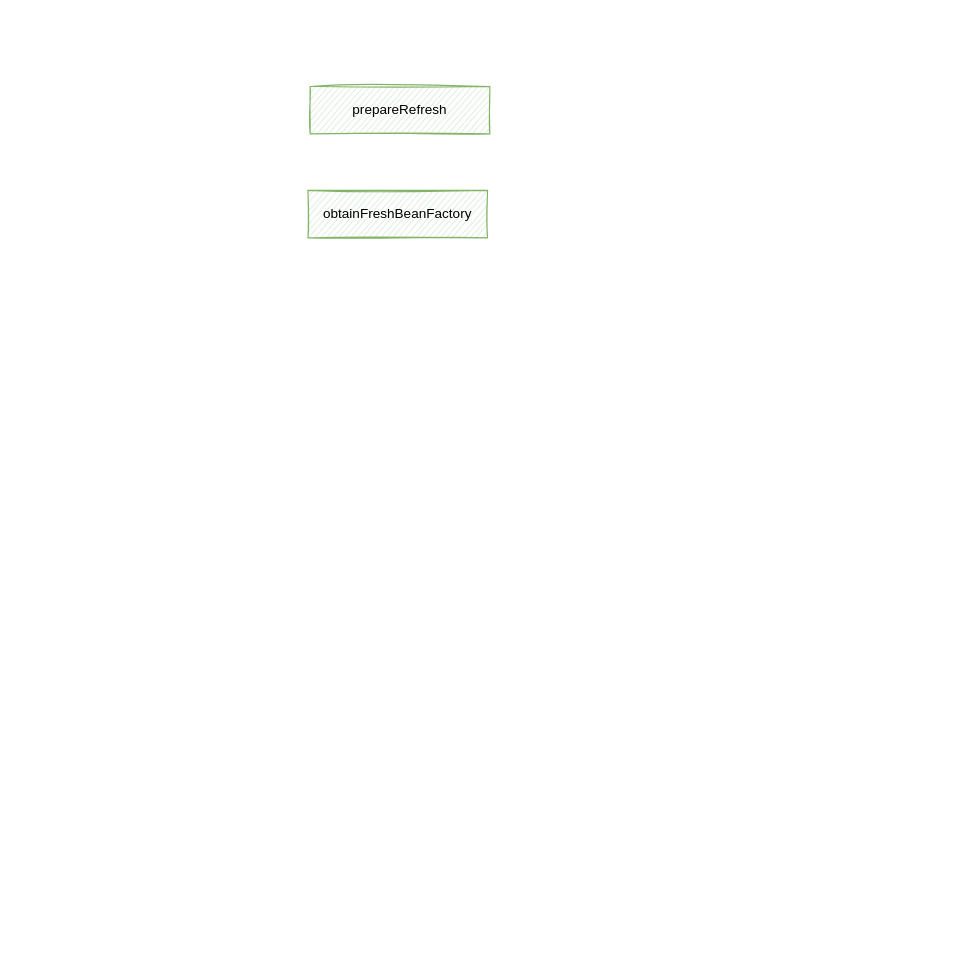
blockmao/draw keeps this draw.io diagram as page "Page-4" (4 of 4) of SpringMVC.drawio. Above is the earlier version. Source tidied: cells renumbered, new cells numbered last; positions are measured from the earlier drawing's top-left corner, leaving out a move shared by most shapes. Both pictures are drawn from the tidied source at 113%, with x=0, y=0 at pixel (307, 86).
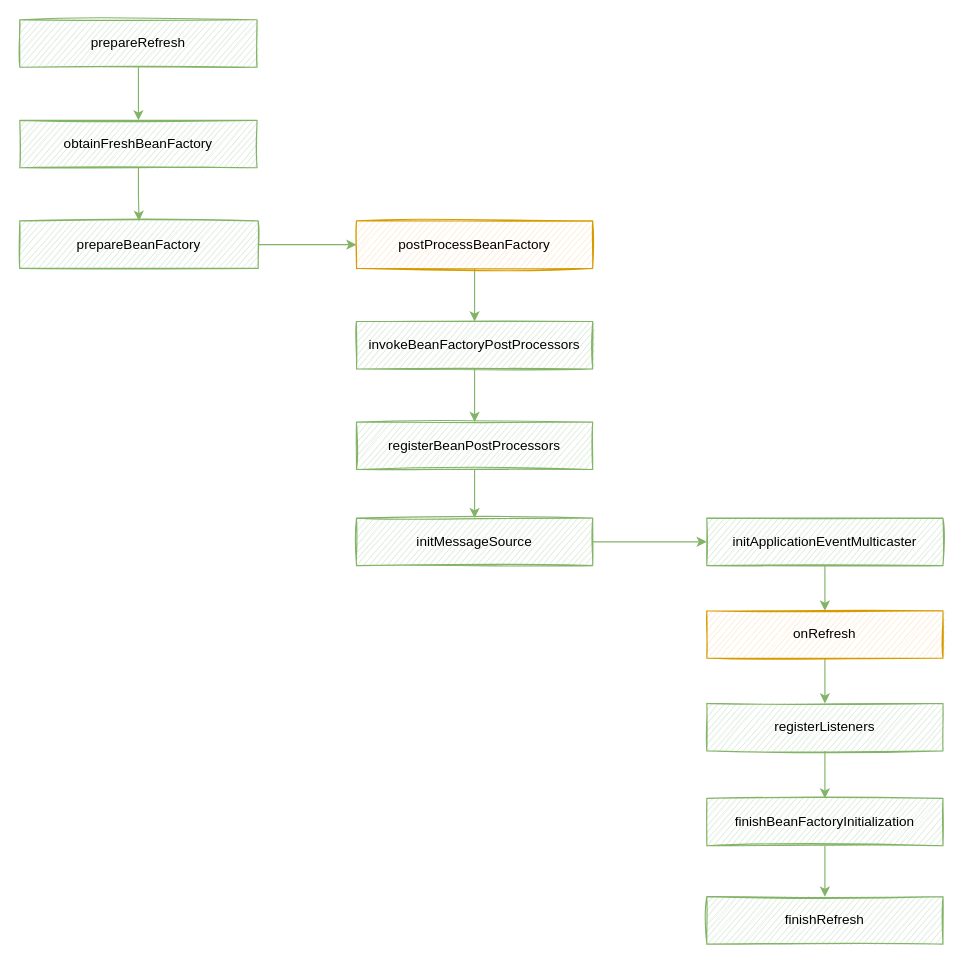
After the change.

Change to the diagram source:
```diff
@@
+    <mxCell id="4" style="edgeStyle=orthogonalEdgeStyle;rounded=0;jettySize=auto;html=1;exitX=0.5;exitY=1;exitDx=0;exitDy=0;entryX=0.5;entryY=0;entryDx=0;entryDy=0;fillColor=#d5e8d4;strokeColor=#82b366;" parent="1" edge="1" source="2" target="3">
+      <mxGeometry relative="1" as="geometry" />
+    </mxCell>
     <mxCell id="2" value="prepareRefresh" style="rounded=0;whiteSpace=wrap;html=1;shadow=0;labelBorderColor=none;sketch=1;fillColor=#d5e8d4;strokeColor=#82b366;" parent="1" vertex="1">
-      <mxGeometry x="2" width="159" height="42" as="geometry" />
+      <mxGeometry x="-255" y="-59" width="210" height="42" as="geometry" />
     </mxCell>
+    <mxCell id="5" style="edgeStyle=orthogonalEdgeStyle;rounded=0;jettySize=auto;html=1;fillColor=#d5e8d4;strokeColor=#82b366;" parent="1" edge="1" source="3" target="7">
+      <mxGeometry relative="1" as="geometry" />
+    </mxCell>
     <mxCell id="3" value="obtainFreshBeanFactory" style="rounded=0;whiteSpace=wrap;html=1;shadow=0;labelBorderColor=none;sketch=1;fillColor=#d5e8d4;strokeColor=#82b366;" parent="1" vertex="1">
-      <mxGeometry y="92" width="159" height="42" as="geometry" />
+      <mxGeometry x="-255" y="30" width="210" height="42" as="geometry" />
     </mxCell>
+    <mxCell id="6" style="edgeStyle=orthogonalEdgeStyle;rounded=0;jettySize=auto;html=1;fillColor=#d5e8d4;strokeColor=#82b366;" parent="1" edge="1" source="7" target="9">
+      <mxGeometry relative="1" as="geometry" />
+    </mxCell>
+    <mxCell id="7" value="prepareBeanFactory" style="rounded=0;whiteSpace=wrap;html=1;shadow=0;labelBorderColor=none;sketch=1;fillColor=#d5e8d4;strokeColor=#82b366;" parent="1" vertex="1">
+      <mxGeometry x="-255" y="119" width="211" height="42" as="geometry" />
+    </mxCell>
+    <mxCell id="8" style="edgeStyle=orthogonalEdgeStyle;rounded=0;jettySize=auto;html=1;fillColor=#d5e8d4;strokeColor=#82b366;" parent="1" edge="1" source="9" target="11">
+      <mxGeometry relative="1" as="geometry" />
+    </mxCell>
+    <mxCell id="9" value="postProcessBeanFactory" style="rounded=0;whiteSpace=wrap;html=1;shadow=0;labelBorderColor=none;sketch=1;fillColor=#ffe6cc;strokeColor=#d79b00;" parent="1" vertex="1">
+      <mxGeometry x="43" y="119" width="209" height="42" as="geometry" />
+    </mxCell>
+    <mxCell id="10" style="edgeStyle=orthogonalEdgeStyle;rounded=0;jettySize=auto;html=1;entryX=0.5;entryY=0;entryDx=0;entryDy=0;fillColor=#d5e8d4;strokeColor=#82b366;" parent="1" edge="1" source="11" target="13">
+      <mxGeometry relative="1" as="geometry" />
+    </mxCell>
+    <mxCell id="11" value="invokeBeanFactoryPostProcessors" style="rounded=0;whiteSpace=wrap;html=1;shadow=0;labelBorderColor=none;sketch=1;fillColor=#d5e8d4;strokeColor=#82b366;" parent="1" vertex="1">
+      <mxGeometry x="43" y="208" width="209" height="42" as="geometry" />
+    </mxCell>
+    <mxCell id="12" style="edgeStyle=orthogonalEdgeStyle;rounded=0;jettySize=auto;html=1;fillColor=#d5e8d4;strokeColor=#82b366;" parent="1" edge="1" source="13" target="15">
+      <mxGeometry relative="1" as="geometry" />
+    </mxCell>
+    <mxCell id="13" value="registerBeanPostProcessors" style="rounded=0;whiteSpace=wrap;html=1;shadow=0;labelBorderColor=none;sketch=1;fillColor=#d5e8d4;strokeColor=#82b366;" parent="1" vertex="1">
+      <mxGeometry x="43" y="297" width="209" height="42" as="geometry" />
+    </mxCell>
+    <mxCell id="14" style="edgeStyle=orthogonalEdgeStyle;rounded=0;jettySize=auto;html=1;entryX=0;entryY=0.5;entryDx=0;entryDy=0;fillColor=#d5e8d4;strokeColor=#82b366;" parent="1" edge="1" source="15" target="17">
+      <mxGeometry relative="1" as="geometry" />
+    </mxCell>
+    <mxCell id="15" value="initMessageSource" style="rounded=0;whiteSpace=wrap;html=1;shadow=0;labelBorderColor=none;sketch=1;fillColor=#d5e8d4;strokeColor=#82b366;" parent="1" vertex="1">
+      <mxGeometry x="43" y="382" width="209" height="42" as="geometry" />
+    </mxCell>
+    <mxCell id="16" style="edgeStyle=orthogonalEdgeStyle;rounded=0;jettySize=auto;html=1;fillColor=#d5e8d4;strokeColor=#82b366;" parent="1" edge="1" source="17" target="19">
+      <mxGeometry relative="1" as="geometry" />
+    </mxCell>
+    <mxCell id="17" value="initApplicationEventMulticaster" style="rounded=0;whiteSpace=wrap;html=1;shadow=0;labelBorderColor=none;sketch=1;fillColor=#d5e8d4;strokeColor=#82b366;" parent="1" vertex="1">
+      <mxGeometry x="353" y="382" width="209" height="42" as="geometry" />
+    </mxCell>
+    <mxCell id="18" style="edgeStyle=orthogonalEdgeStyle;rounded=0;jettySize=auto;html=1;entryX=0.5;entryY=0;entryDx=0;entryDy=0;fillColor=#d5e8d4;strokeColor=#82b366;" parent="1" edge="1" source="19" target="21">
+      <mxGeometry relative="1" as="geometry" />
+    </mxCell>
+    <mxCell id="19" value="onRefresh" style="rounded=0;whiteSpace=wrap;html=1;shadow=0;labelBorderColor=none;sketch=1;fillColor=#ffe6cc;strokeColor=#d79b00;" parent="1" vertex="1">
+      <mxGeometry x="353" y="464" width="209" height="42" as="geometry" />
+    </mxCell>
+    <mxCell id="20" style="edgeStyle=orthogonalEdgeStyle;rounded=0;jettySize=auto;html=1;entryX=0.5;entryY=0;entryDx=0;entryDy=0;fillColor=#d5e8d4;strokeColor=#82b366;" parent="1" edge="1" source="21" target="23">
+      <mxGeometry relative="1" as="geometry" />
+    </mxCell>
+    <mxCell id="21" value="registerListeners" style="rounded=0;whiteSpace=wrap;html=1;shadow=0;labelBorderColor=none;sketch=1;fillColor=#d5e8d4;strokeColor=#82b366;" parent="1" vertex="1">
+      <mxGeometry x="353" y="546" width="209" height="42" as="geometry" />
+    </mxCell>
+    <mxCell id="22" style="edgeStyle=orthogonalEdgeStyle;rounded=0;jettySize=auto;html=1;entryX=0.5;entryY=0;entryDx=0;entryDy=0;fillColor=#d5e8d4;strokeColor=#82b366;" parent="1" edge="1" source="23" target="24">
+      <mxGeometry relative="1" as="geometry" />
+    </mxCell>
+    <mxCell id="23" value="finishBeanFactoryInitialization" style="rounded=0;whiteSpace=wrap;html=1;shadow=0;labelBorderColor=none;sketch=1;fillColor=#d5e8d4;strokeColor=#82b366;" parent="1" vertex="1">
+      <mxGeometry x="353" y="630" width="209" height="42" as="geometry" />
+    </mxCell>
+    <mxCell id="24" value="finishRefresh" style="rounded=0;whiteSpace=wrap;html=1;shadow=0;labelBorderColor=none;sketch=1;fillColor=#d5e8d4;strokeColor=#82b366;" parent="1" vertex="1">
+      <mxGeometry x="353" y="717" width="209" height="42" as="geometry" />
+    </mxCell>
```
